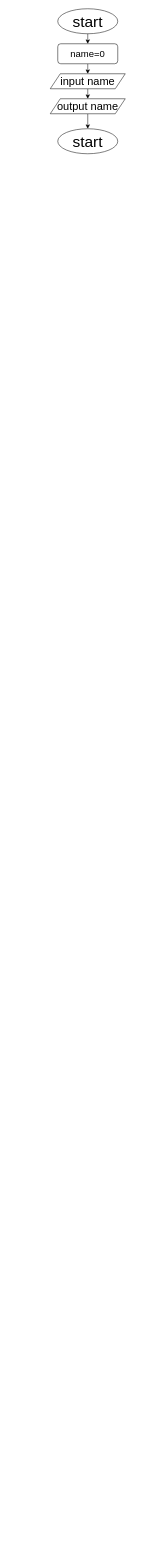
Anju-coder/mod3_solution keeps this draw.io diagram as css/Untitled Diagram.drawio. Above is the earlier version. Source tidied: cells renumbered, new cells numbered last; positions are measured from the earlier drawing's top-left corner, leaving out a move shared by most shapes. Both pictures are drawn from the tidied source at 50%, with x=0, y=0 at pixel (50, 8).
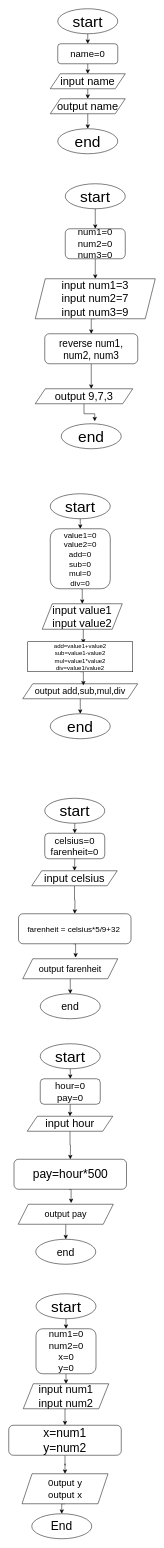
Above is the later version.

Change to the diagram source:
```diff
@@
-    <mxCell id="10" value="&lt;font style=&quot;font-size: 31px&quot;&gt;start&lt;/font&gt;" style="ellipse;whiteSpace=wrap;html=1;" parent="1" vertex="1">
+    <mxCell id="10" value="&lt;font style=&quot;font-size: 31px&quot;&gt;end&lt;/font&gt;" style="ellipse;whiteSpace=wrap;html=1;" parent="1" vertex="1">
       <mxGeometry x="15" y="240" width="120" height="50" as="geometry" />
     </mxCell>
+    <mxCell id="11" style="edgeStyle=orthogonalEdgeStyle;rounded=0;jettySize=auto;html=1;exitX=0.5;exitY=1;exitDx=0;exitDy=0;entryX=0.5;entryY=0;entryDx=0;entryDy=0;" parent="1" edge="1" source="12" target="15">
+      <mxGeometry relative="1" as="geometry" />
+    </mxCell>
+    <mxCell id="12" value="&lt;font style=&quot;font-size: 19px&quot;&gt;num1=0&lt;br&gt;num2=0&lt;br&gt;num3=0&lt;br&gt;&lt;/font&gt;" style="rounded=1;whiteSpace=wrap;html=1;fontSize=12;glass=0;strokeWidth=1;shadow=0;" parent="1" vertex="1">
+      <mxGeometry x="30" y="440" width="120" height="60" as="geometry" />
+    </mxCell>
+    <mxCell id="13" value="&lt;font style=&quot;font-size: 31px&quot;&gt;start&lt;/font&gt;" style="ellipse;whiteSpace=wrap;html=1;" parent="1" vertex="1">
+      <mxGeometry x="30" y="350" width="120" height="50" as="geometry" />
+    </mxCell>
+    <mxCell id="14" style="edgeStyle=orthogonalEdgeStyle;rounded=0;jettySize=auto;html=1;exitX=0.5;exitY=1;exitDx=0;exitDy=0;entryX=0.5;entryY=0;entryDx=0;entryDy=0;" parent="1" edge="1" source="15" target="21">
+      <mxGeometry relative="1" as="geometry" />
+    </mxCell>
+    <mxCell id="15" value="&lt;font style=&quot;font-size: 22px&quot;&gt;input num1=3&lt;br&gt;input num2=7&lt;br&gt;input num3=9&lt;br&gt;&lt;/font&gt;" style="shape=parallelogram;perimeter=parallelogramPerimeter;whiteSpace=wrap;html=1;fixedSize=1;" parent="1" vertex="1">
+      <mxGeometry x="-30" y="540" width="240" height="80" as="geometry" />
+    </mxCell>
+    <mxCell id="16" style="endArrow=classic;html=1;exitX=0.5;exitY=1;exitDx=0;exitDy=0;" parent="1" edge="1" source="13">
+      <mxGeometry relative="1" as="geometry">
+        <mxPoint x="90" y="440" as="targetPoint" />
+      </mxGeometry>
+    </mxCell>
+    <mxCell id="17" style="edgeStyle=orthogonalEdgeStyle;rounded=0;jettySize=auto;html=1;exitX=0.5;exitY=1;exitDx=0;exitDy=0;entryX=0.558;entryY=-0.1;entryDx=0;entryDy=0;entryPerimeter=0;" parent="1" edge="1" source="18" target="19">
+      <mxGeometry relative="1" as="geometry" />
+    </mxCell>
+    <mxCell id="18" value="&lt;font style=&quot;font-size: 22px&quot;&gt;output 9,7,3&lt;/font&gt;" style="shape=parallelogram;perimeter=parallelogramPerimeter;whiteSpace=wrap;html=1;fixedSize=1;" parent="1" vertex="1">
+      <mxGeometry x="-30" y="760" width="195" height="30" as="geometry" />
+    </mxCell>
+    <mxCell id="19" value="&lt;font style=&quot;font-size: 31px&quot;&gt;end&lt;/font&gt;" style="ellipse;whiteSpace=wrap;html=1;" parent="1" vertex="1">
+      <mxGeometry x="22" y="830" width="120" height="50" as="geometry" />
+    </mxCell>
+    <mxCell id="20" style="edgeStyle=orthogonalEdgeStyle;rounded=0;jettySize=auto;html=1;exitX=0.5;exitY=1;exitDx=0;exitDy=0;" parent="1" edge="1" source="21">
+      <mxGeometry relative="1" as="geometry">
+        <mxPoint x="82" y="760" as="targetPoint" />
+      </mxGeometry>
+    </mxCell>
+    <mxCell id="21" value="&lt;font style=&quot;font-size: 20px&quot;&gt;reverse num1, num2, num3&lt;/font&gt;" style="rounded=1;whiteSpace=wrap;html=1;" parent="1" vertex="1">
+      <mxGeometry x="-11" y="650" width="186" height="60" as="geometry" />
+    </mxCell>
+    <mxCell id="22" style="edgeStyle=orthogonalEdgeStyle;rounded=0;jettySize=auto;html=1;exitX=0.5;exitY=1;exitDx=0;exitDy=0;entryX=0.5;entryY=0;entryDx=0;entryDy=0;" parent="1" edge="1" source="23" target="26">
+      <mxGeometry relative="1" as="geometry" />
+    </mxCell>
+    <mxCell id="23" value="&lt;font style=&quot;font-size: 16px&quot;&gt;value1=0&lt;br&gt;value2=0&lt;br&gt;add=0&lt;br&gt;sub=0&lt;br&gt;mul=0&lt;br&gt;div=0&lt;br&gt;&lt;/font&gt;" style="rounded=1;whiteSpace=wrap;html=1;fontSize=12;glass=0;strokeWidth=1;shadow=0;" parent="1" vertex="1">
+      <mxGeometry y="1040" width="120" height="120" as="geometry" />
+    </mxCell>
+    <mxCell id="24" value="&lt;font style=&quot;font-size: 31px&quot;&gt;start&lt;/font&gt;" style="ellipse;whiteSpace=wrap;html=1;" parent="1" vertex="1">
+      <mxGeometry y="970" width="120" height="50" as="geometry" />
+    </mxCell>
+    <mxCell id="25" style="edgeStyle=orthogonalEdgeStyle;rounded=0;jettySize=auto;html=1;exitX=0.5;exitY=1;exitDx=0;exitDy=0;entryX=0.529;entryY=0.056;entryDx=0;entryDy=0;entryPerimeter=0;" parent="1" edge="1" source="26" target="32">
+      <mxGeometry relative="1" as="geometry" />
+    </mxCell>
+    <mxCell id="26" value="&lt;font style=&quot;font-size: 22px&quot;&gt;input value1&lt;br&gt;input value2&lt;br&gt;&lt;/font&gt;" style="shape=parallelogram;perimeter=parallelogramPerimeter;whiteSpace=wrap;html=1;fixedSize=1;" parent="1" vertex="1">
+      <mxGeometry x="-16" y="1190" width="160" height="51" as="geometry" />
+    </mxCell>
+    <mxCell id="27" style="endArrow=classic;html=1;exitX=0.5;exitY=1;exitDx=0;exitDy=0;" parent="1" edge="1" source="24">
+      <mxGeometry relative="1" as="geometry">
+        <mxPoint x="60" y="1040" as="targetPoint" />
+      </mxGeometry>
+    </mxCell>
+    <mxCell id="28" style="edgeStyle=orthogonalEdgeStyle;rounded=0;jettySize=auto;html=1;exitX=0.5;exitY=1;exitDx=0;exitDy=0;entryX=0.5;entryY=0;entryDx=0;entryDy=0;" parent="1" edge="1" source="29" target="30">
+      <mxGeometry relative="1" as="geometry" />
+    </mxCell>
+    <mxCell id="29" value="&lt;font style=&quot;font-size: 18px&quot;&gt;output add,sub,mul,div&lt;/font&gt;" style="shape=parallelogram;perimeter=parallelogramPerimeter;whiteSpace=wrap;html=1;fixedSize=1;" parent="1" vertex="1">
+      <mxGeometry x="-55" y="1350" width="230" height="30" as="geometry" />
+    </mxCell>
+    <mxCell id="30" value="&lt;font style=&quot;font-size: 31px&quot;&gt;end&lt;/font&gt;" style="ellipse;whiteSpace=wrap;html=1;" parent="1" vertex="1">
+      <mxGeometry y="1410" width="120" height="50" as="geometry" />
+    </mxCell>
+    <mxCell id="31" style="edgeStyle=orthogonalEdgeStyle;rounded=0;jettySize=auto;html=1;exitX=0.5;exitY=1;exitDx=0;exitDy=0;entryX=0.527;entryY=0.111;entryDx=0;entryDy=0;entryPerimeter=0;" parent="1" edge="1" source="32" target="29">
+      <mxGeometry relative="1" as="geometry" />
+    </mxCell>
+    <mxCell id="32" value="add=value1+value2&lt;br&gt;sub=value1-value2&lt;br&gt;mul=value1*value2&lt;br&gt;div=value1/value2" style="rounded=0;whiteSpace=wrap;html=1;" parent="1" vertex="1">
+      <mxGeometry x="-45" y="1266" width="210" height="60" as="geometry" />
+    </mxCell>
+    <mxCell id="33" style="edgeStyle=orthogonalEdgeStyle;rounded=0;jettySize=auto;html=1;exitX=0.5;exitY=1;exitDx=0;exitDy=0;entryX=0.5;entryY=0;entryDx=0;entryDy=0;" parent="1" edge="1" source="34" target="37">
+      <mxGeometry relative="1" as="geometry" />
+    </mxCell>
+    <mxCell id="34" value="&lt;font style=&quot;font-size: 19px&quot;&gt;celsius=0&lt;br&gt;farenheit=0&lt;br&gt;&lt;/font&gt;" style="rounded=1;whiteSpace=wrap;html=1;fontSize=12;glass=0;strokeWidth=1;shadow=0;" parent="1" vertex="1">
+      <mxGeometry x="-11" y="1649" width="120" height="51" as="geometry" />
+    </mxCell>
+    <mxCell id="35" value="&lt;font style=&quot;font-size: 31px&quot;&gt;start&lt;/font&gt;" style="ellipse;whiteSpace=wrap;html=1;" parent="1" vertex="1">
+      <mxGeometry x="-11" y="1579" width="120" height="50" as="geometry" />
+    </mxCell>
+    <mxCell id="36" style="edgeStyle=orthogonalEdgeStyle;rounded=0;jettySize=auto;html=1;exitX=0.5;exitY=1;exitDx=0;exitDy=0;entryX=0.5;entryY=0;entryDx=0;entryDy=0;" parent="1" edge="1" source="37">
+      <mxGeometry relative="1" as="geometry">
+        <mxPoint x="49" y="1810" as="targetPoint" />
+      </mxGeometry>
+    </mxCell>
+    <mxCell id="37" value="&lt;font style=&quot;font-size: 22px&quot;&gt;input celsius&lt;/font&gt;" style="shape=parallelogram;perimeter=parallelogramPerimeter;whiteSpace=wrap;html=1;fixedSize=1;" parent="1" vertex="1">
+      <mxGeometry x="-37" y="1724" width="171" height="30" as="geometry" />
+    </mxCell>
+    <mxCell id="38" style="endArrow=classic;html=1;exitX=0.5;exitY=1;exitDx=0;exitDy=0;" parent="1" edge="1" source="35">
+      <mxGeometry relative="1" as="geometry">
+        <mxPoint x="49" y="1649" as="targetPoint" />
+      </mxGeometry>
+    </mxCell>
+    <mxCell id="39" style="edgeStyle=orthogonalEdgeStyle;rounded=0;orthogonalLoop=1;jettySize=auto;html=1;entryX=0.572;entryY=-0.062;entryDx=0;entryDy=0;entryPerimeter=0;" parent="1" edge="1">
+      <mxGeometry relative="1" as="geometry">
+        <mxPoint x="46" y="1870" as="sourcePoint" />
+        <mxPoint x="50.7" y="1897.5" as="targetPoint" />
+      </mxGeometry>
+    </mxCell>
+    <mxCell id="40" value="&lt;font style=&quot;font-size: 16px&quot;&gt;farenheit = celsius*5/9+32&amp;nbsp;&lt;/font&gt;" style="rounded=1;whiteSpace=wrap;html=1;" parent="1" vertex="1">
+      <mxGeometry x="-63.5" y="1810" width="225" height="60" as="geometry" />
+    </mxCell>
+    <mxCell id="41" style="edgeStyle=orthogonalEdgeStyle;rounded=0;jettySize=auto;html=1;exitX=0.5;exitY=1;exitDx=0;exitDy=0;entryX=0.5;entryY=0;entryDx=0;entryDy=0;" parent="1" edge="1" source="42" target="43">
+      <mxGeometry relative="1" as="geometry" />
+    </mxCell>
+    <mxCell id="42" value="&lt;font style=&quot;font-size: 18px&quot;&gt;output farenheit&lt;/font&gt;" style="shape=parallelogram;perimeter=parallelogramPerimeter;whiteSpace=wrap;html=1;fixedSize=1;" parent="1" vertex="1">
+      <mxGeometry x="-55" y="1900" width="190" height="40" as="geometry" />
+    </mxCell>
+    <mxCell id="43" value="&lt;font style=&quot;font-size: 21px&quot;&gt;end&lt;/font&gt;" style="ellipse;whiteSpace=wrap;html=1;" parent="1" vertex="1">
+      <mxGeometry x="-20" y="1970" width="120" height="50" as="geometry" />
+    </mxCell>
+    <mxCell id="44" style="edgeStyle=orthogonalEdgeStyle;rounded=0;jettySize=auto;html=1;exitX=0.5;exitY=1;exitDx=0;exitDy=0;entryX=0.5;entryY=0;entryDx=0;entryDy=0;" parent="1" edge="1" source="45" target="48">
+      <mxGeometry relative="1" as="geometry" />
+    </mxCell>
+    <mxCell id="45" value="&lt;font style=&quot;font-size: 19px&quot;&gt;hour=0&lt;br&gt;pay=0&lt;br&gt;&lt;/font&gt;" style="rounded=1;whiteSpace=wrap;html=1;fontSize=12;glass=0;strokeWidth=1;shadow=0;" parent="1" vertex="1">
+      <mxGeometry x="-20" y="2140" width="120" height="51" as="geometry" />
+    </mxCell>
+    <mxCell id="46" value="&lt;font style=&quot;font-size: 31px&quot;&gt;start&lt;/font&gt;" style="ellipse;whiteSpace=wrap;html=1;" parent="1" vertex="1">
+      <mxGeometry x="-20" y="2070" width="120" height="50" as="geometry" />
+    </mxCell>
+    <mxCell id="47" style="edgeStyle=orthogonalEdgeStyle;rounded=0;jettySize=auto;html=1;exitX=0.5;exitY=1;exitDx=0;exitDy=0;entryX=0.5;entryY=0;entryDx=0;entryDy=0;" parent="1" edge="1" source="48">
+      <mxGeometry relative="1" as="geometry">
+        <mxPoint x="40" y="2301" as="targetPoint" />
+      </mxGeometry>
+    </mxCell>
+    <mxCell id="48" value="&lt;font style=&quot;font-size: 22px&quot;&gt;input hour&lt;/font&gt;" style="shape=parallelogram;perimeter=parallelogramPerimeter;whiteSpace=wrap;html=1;fixedSize=1;" parent="1" vertex="1">
+      <mxGeometry x="-46" y="2215" width="171" height="30" as="geometry" />
+    </mxCell>
+    <mxCell id="49" style="endArrow=classic;html=1;exitX=0.5;exitY=1;exitDx=0;exitDy=0;" parent="1" edge="1" source="46">
+      <mxGeometry relative="1" as="geometry">
+        <mxPoint x="40" y="2140" as="targetPoint" />
+      </mxGeometry>
+    </mxCell>
+    <mxCell id="50" style="edgeStyle=orthogonalEdgeStyle;rounded=0;orthogonalLoop=1;jettySize=auto;html=1;entryX=0.572;entryY=-0.062;entryDx=0;entryDy=0;entryPerimeter=0;" parent="1" edge="1">
+      <mxGeometry relative="1" as="geometry">
+        <mxPoint x="37" y="2361" as="sourcePoint" />
+        <mxPoint x="41.7" y="2388.5" as="targetPoint" />
+      </mxGeometry>
+    </mxCell>
+    <mxCell id="51" value="&lt;font style=&quot;font-size: 24px&quot;&gt;pay=hour*500&lt;/font&gt;" style="rounded=1;whiteSpace=wrap;html=1;" parent="1" vertex="1">
+      <mxGeometry x="-72.5" y="2301" width="225" height="60" as="geometry" />
+    </mxCell>
+    <mxCell id="52" style="edgeStyle=orthogonalEdgeStyle;rounded=0;jettySize=auto;html=1;exitX=0.5;exitY=1;exitDx=0;exitDy=0;entryX=0.5;entryY=0;entryDx=0;entryDy=0;" parent="1" edge="1" source="53" target="54">
+      <mxGeometry relative="1" as="geometry" />
+    </mxCell>
+    <mxCell id="53" value="&lt;font style=&quot;font-size: 18px&quot;&gt;output pay&lt;/font&gt;" style="shape=parallelogram;perimeter=parallelogramPerimeter;whiteSpace=wrap;html=1;fixedSize=1;" parent="1" vertex="1">
+      <mxGeometry x="-64" y="2391" width="190" height="40" as="geometry" />
+    </mxCell>
+    <mxCell id="54" value="&lt;font style=&quot;font-size: 21px&quot;&gt;end&lt;/font&gt;" style="ellipse;whiteSpace=wrap;html=1;" parent="1" vertex="1">
+      <mxGeometry x="-29" y="2461" width="120" height="50" as="geometry" />
+    </mxCell>
+    <mxCell id="55" style="edgeStyle=orthogonalEdgeStyle;rounded=0;jettySize=auto;html=1;exitX=0.5;exitY=1;exitDx=0;exitDy=0;entryX=0.5;entryY=0;entryDx=0;entryDy=0;" parent="1" edge="1" source="56" target="59">
+      <mxGeometry relative="1" as="geometry" />
+    </mxCell>
+    <mxCell id="56" value="&lt;font style=&quot;font-size: 19px&quot;&gt;num1=0&lt;br&gt;num2=0&lt;br&gt;x=0&lt;br&gt;y=0&lt;br&gt;&lt;/font&gt;" style="rounded=1;whiteSpace=wrap;html=1;fontSize=12;glass=0;strokeWidth=1;shadow=0;" parent="1" vertex="1">
+      <mxGeometry x="-28.5" y="2640" width="120" height="90" as="geometry" />
+    </mxCell>
+    <mxCell id="57" value="&lt;font style=&quot;font-size: 31px&quot;&gt;start&lt;/font&gt;" style="ellipse;whiteSpace=wrap;html=1;" parent="1" vertex="1">
+      <mxGeometry x="-28.5" y="2570" width="120" height="50" as="geometry" />
+    </mxCell>
+    <mxCell id="58" style="edgeStyle=orthogonalEdgeStyle;rounded=0;jettySize=auto;html=1;exitX=0.5;exitY=1;exitDx=0;exitDy=0;entryX=0.5;entryY=0;entryDx=0;entryDy=0;" parent="1" edge="1" source="59" target="62">
+      <mxGeometry relative="1" as="geometry" />
+    </mxCell>
+    <mxCell id="59" value="&lt;font style=&quot;font-size: 22px&quot;&gt;input num1&lt;br&gt;input num2&lt;br&gt;&lt;/font&gt;" style="shape=parallelogram;perimeter=parallelogramPerimeter;whiteSpace=wrap;html=1;fixedSize=1;" parent="1" vertex="1">
+      <mxGeometry x="-54" y="2750" width="171" height="50" as="geometry" />
+    </mxCell>
+    <mxCell id="60" style="endArrow=classic;html=1;exitX=0.5;exitY=1;exitDx=0;exitDy=0;" parent="1" edge="1" source="57">
+      <mxGeometry relative="1" as="geometry">
+        <mxPoint x="31.5" y="2640" as="targetPoint" />
+      </mxGeometry>
+    </mxCell>
+    <mxCell id="61" style="edgeStyle=orthogonalEdgeStyle;rounded=0;jettySize=auto;html=1;" parent="1" edge="1" source="62" target="64">
+      <mxGeometry relative="1" as="geometry" />
+    </mxCell>
+    <mxCell id="62" value="&lt;font style=&quot;font-size: 24px&quot;&gt;x=num1&lt;br&gt;y=num2&lt;br&gt;&lt;/font&gt;" style="rounded=1;whiteSpace=wrap;html=1;" parent="1" vertex="1">
+      <mxGeometry x="-83" y="2833" width="225" height="60" as="geometry" />
+    </mxCell>
+    <mxCell id="63" style="edgeStyle=orthogonalEdgeStyle;rounded=0;jettySize=auto;html=1;exitX=0.5;exitY=1;exitDx=0;exitDy=0;entryX=0.5;entryY=0;entryDx=0;entryDy=0;" parent="1" edge="1" source="64" target="65">
+      <mxGeometry relative="1" as="geometry" />
+    </mxCell>
+    <mxCell id="64" value="&lt;font style=&quot;font-size: 19px&quot;&gt;0utput y&lt;br&gt;output x&lt;/font&gt;" style="shape=parallelogram;perimeter=parallelogramPerimeter;whiteSpace=wrap;html=1;fixedSize=1;" parent="1" vertex="1">
+      <mxGeometry x="-56.5" y="2930" width="172" height="60" as="geometry" />
+    </mxCell>
+    <mxCell id="65" value="&lt;font style=&quot;font-size: 24px&quot;&gt;End&lt;/font&gt;" style="ellipse;whiteSpace=wrap;html=1;" parent="1" vertex="1">
+      <mxGeometry x="-37" y="3010" width="120" height="50" as="geometry" />
+    </mxCell>
```
